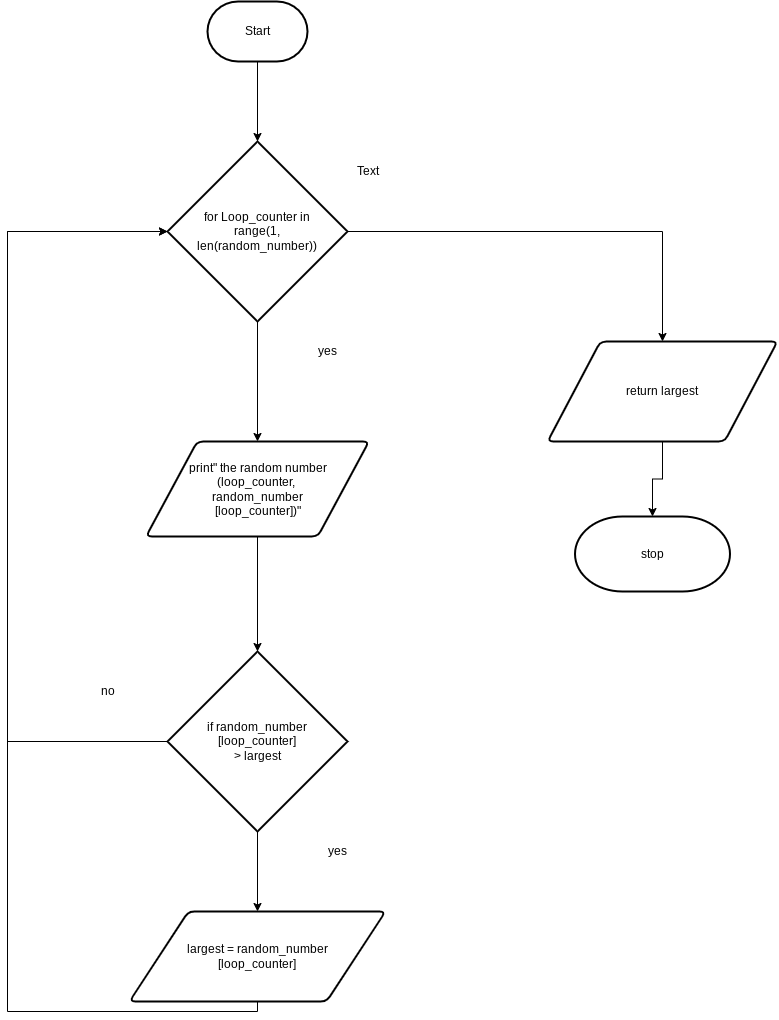
huihangisaac-ho/ICS3U-Unit6-02-Python keeps this draw.io diagram as Flow-Chart.png. Above is the earlier version. Source tidied: cells renumbered, new cells last; positions are measured from the earlier drawing's top-left corner, leaving out a move shared by most shapes.
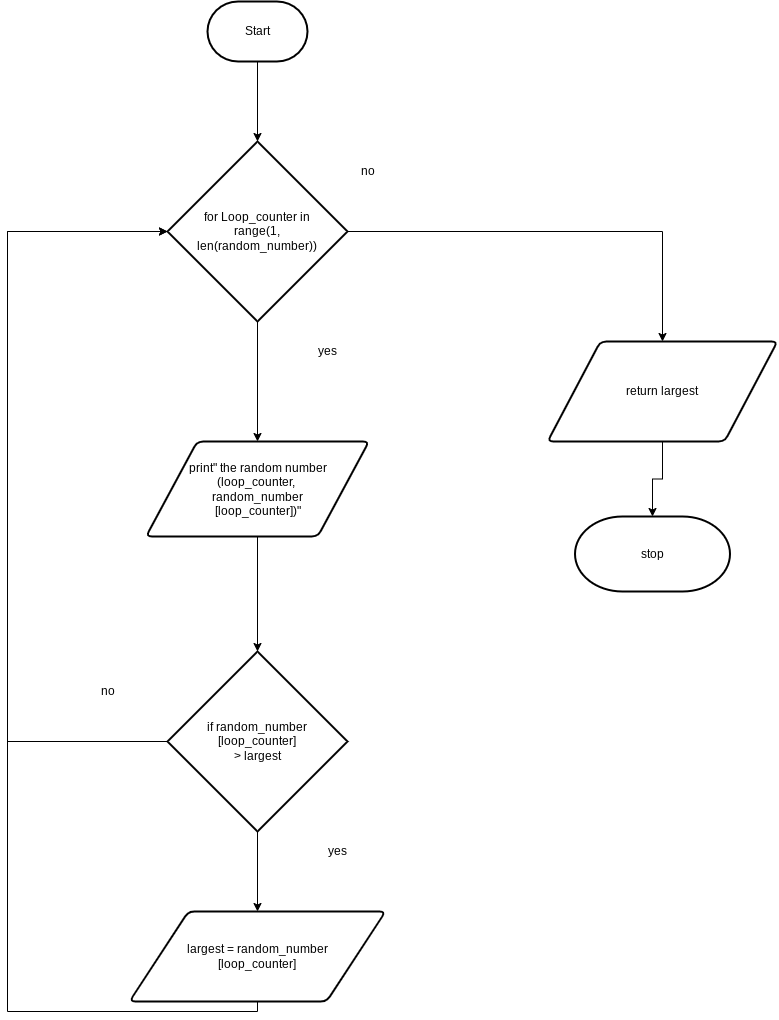
The same diagram one commit later.

The edit, as a diff of the source:
```diff
@@ -67,8 +67,8 @@
     <mxCell id="19" value="yes" style="text;html=1;align=center;verticalAlign=middle;strokeColor=none;fillColor=none;" parent="1" vertex="1">
       <mxGeometry x="305" y="340" width="30" height="20" as="geometry" />
     </mxCell>
-    <mxCell id="20" value="Text" style="text;html=1;align=center;verticalAlign=middle;strokeColor=none;fillColor=none;" parent="1" vertex="1">
-      <mxGeometry x="340" y="160" width="40" height="20" as="geometry" />
+    <mxCell id="20" value="no" style="text;html=1;align=center;verticalAlign=middle;strokeColor=none;fillColor=none;" parent="1" vertex="1">
+      <mxGeometry x="345" y="160" width="30" height="20" as="geometry" />
     </mxCell>
   </root>
 </mxGraphModel>
```
